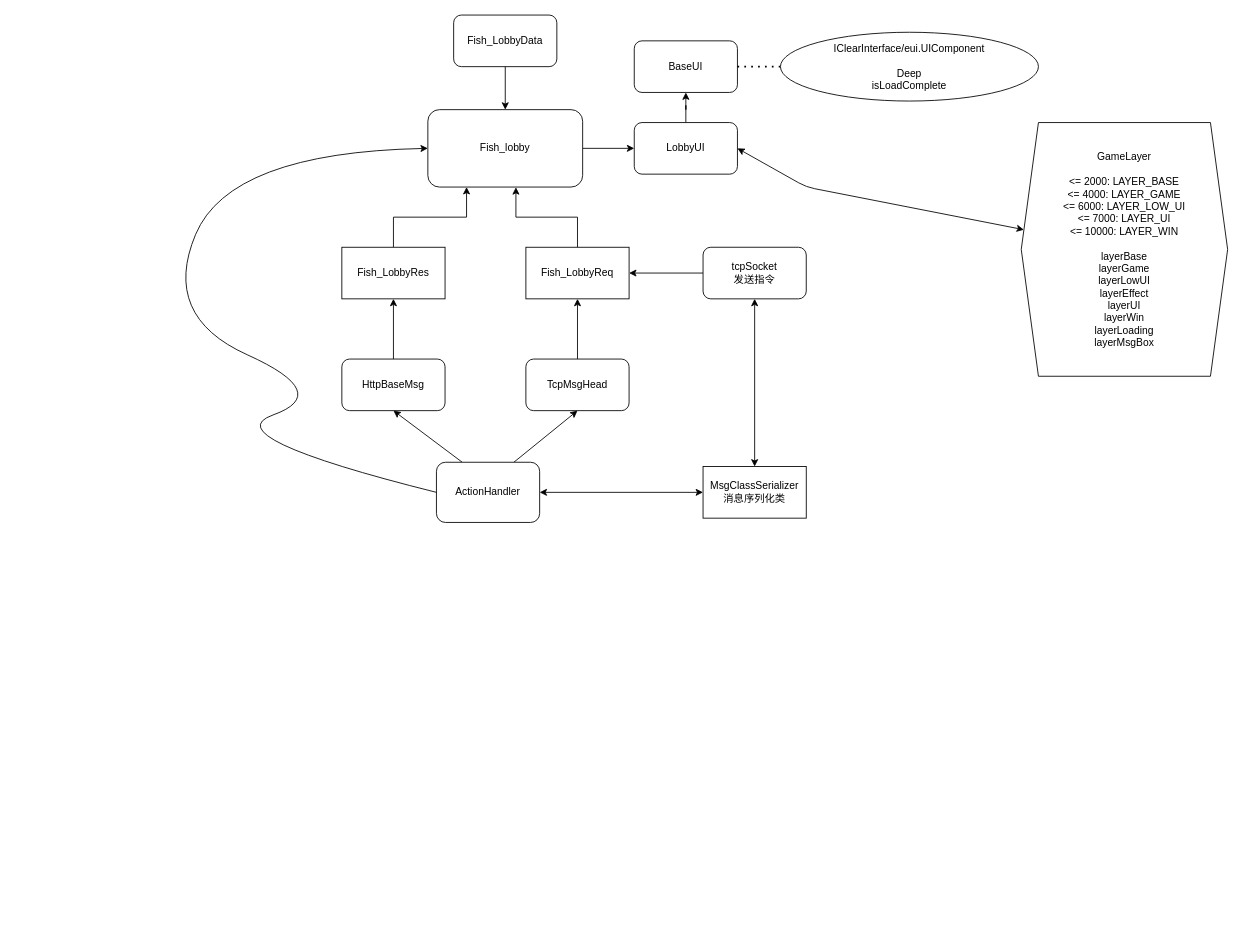
CASTROCC/SteeringBehaviors keeps this draw.io diagram as Untitled Diagram.drawio. Above is the earlier version. Source tidied: cells renumbered, new cells numbered last; positions are measured from the earlier drawing's top-left corner, leaving out a move shared by most shapes. Both pictures are drawn from the tidied source at 86%, with x=0, y=0 at pixel (161, 15).
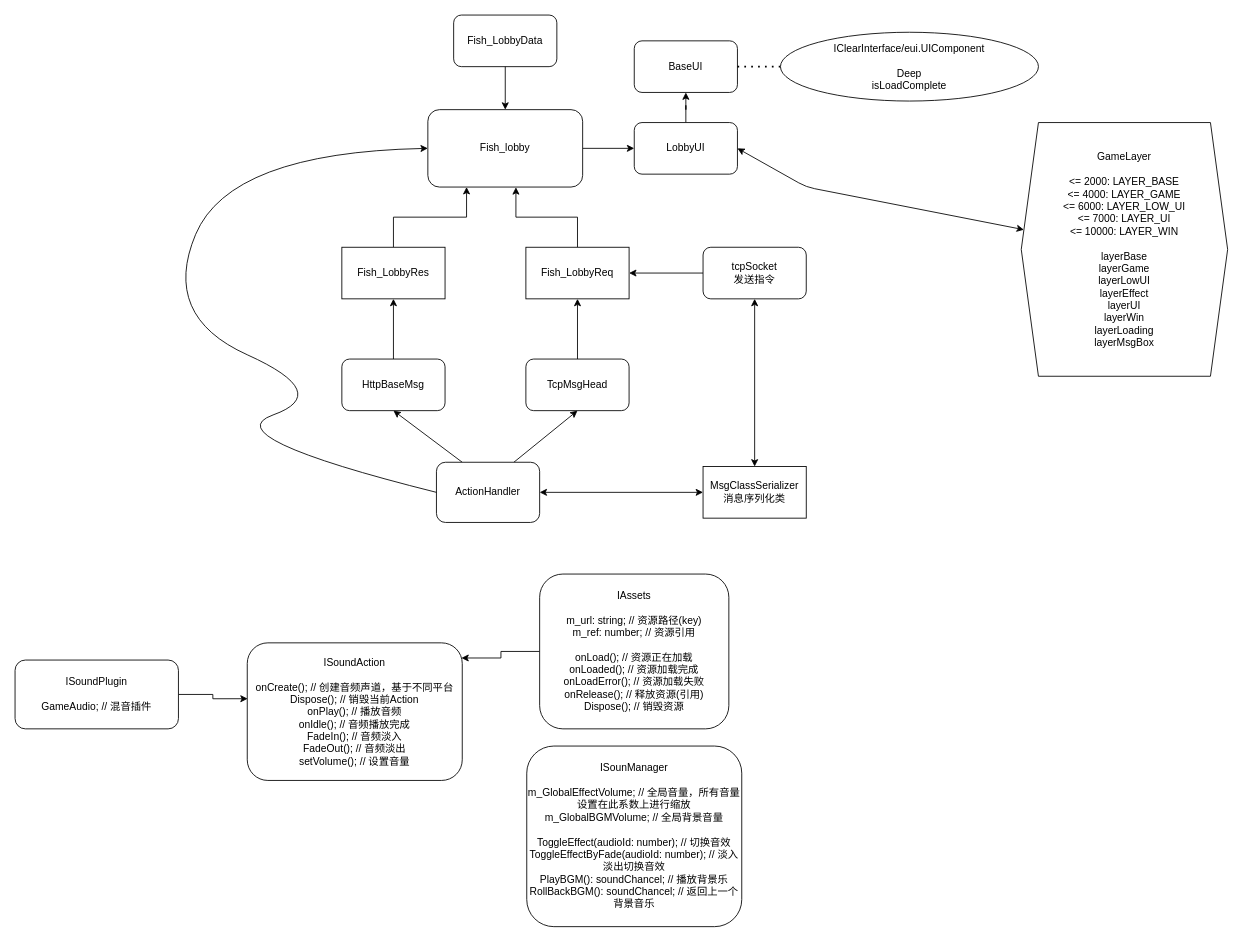
The same diagram, later.

Change to the diagram source:
```diff
@@
+    <mxCell id="30" value="ISoundAction&lt;br&gt;&lt;br&gt;onCreate(); // 创建音频声道，基于不同平台&lt;br&gt;Dispose(); // 销毁当前Action&lt;br&gt;onPlay(); // 播放音频&lt;br&gt;onIdle(); // 音频播放完成&lt;br&gt;FadeIn(); // 音频淡入&lt;br&gt;FadeOut(); // 音频淡出&lt;br&gt;setVolume(); // 设置音量" style="rounded=1;whiteSpace=wrap;html=1;" parent="1" vertex="1">
+      <mxGeometry x="100" y="730" width="250" height="160" as="geometry" />
+    </mxCell>
+    <mxCell id="31" style="edgeStyle=orthogonalEdgeStyle;rounded=0;jettySize=auto;html=1;entryX=0.996;entryY=0.11;entryDx=0;entryDy=0;entryPerimeter=0;" parent="1" edge="1" source="32" target="30">
+      <mxGeometry relative="1" as="geometry" />
+    </mxCell>
+    <mxCell id="32" value="IAssets&lt;br&gt;&lt;br&gt;m_url: string; // 资源路径(key)&lt;br&gt;m_ref: number; // 资源引用&lt;br&gt;&lt;br&gt;onLoad(); // 资源正在加载&lt;br&gt;onLoaded(); // 资源加载完成&lt;br&gt;onLoadError(); // 资源加载失败&lt;br&gt;onRelease(); // 释放资源(引用)&lt;br&gt;Dispose(); // 销毁资源" style="rounded=1;whiteSpace=wrap;html=1;" parent="1" vertex="1">
+      <mxGeometry x="440" y="650" width="220" height="180" as="geometry" />
+    </mxCell>
+    <mxCell id="33" value="ISounManager&lt;br&gt;&lt;br&gt;m_GlobalEffectVolume; // 全局音量，所有音量设置在此系数上进行缩放&lt;br&gt;m_GlobalBGMVolume; // 全局背景音量&lt;br&gt;&lt;br&gt;ToggleEffect(audioId: number); // 切换音效&lt;br&gt;ToggleEffectByFade(audioId: number); // 淡入淡出切换音效&lt;br&gt;PlayBGM(): soundChancel; // 播放背景乐&lt;br&gt;RollBackBGM(): soundChancel; // 返回上一个背景音乐" style="rounded=1;whiteSpace=wrap;html=1;" parent="1" vertex="1">
+      <mxGeometry x="425" y="850" width="250" height="210" as="geometry" />
+    </mxCell>
+    <mxCell id="34" style="edgeStyle=orthogonalEdgeStyle;rounded=0;jettySize=auto;html=1;entryX=0.002;entryY=0.406;entryDx=0;entryDy=0;entryPerimeter=0;" parent="1" edge="1" source="35" target="30">
+      <mxGeometry relative="1" as="geometry" />
+    </mxCell>
+    <mxCell id="35" value="ISoundPlugin&lt;br&gt;&lt;br&gt;GameAudio; // 混音插件" style="rounded=1;whiteSpace=wrap;html=1;" parent="1" vertex="1">
+      <mxGeometry x="-170" y="750" width="190" height="80" as="geometry" />
+    </mxCell>
```
